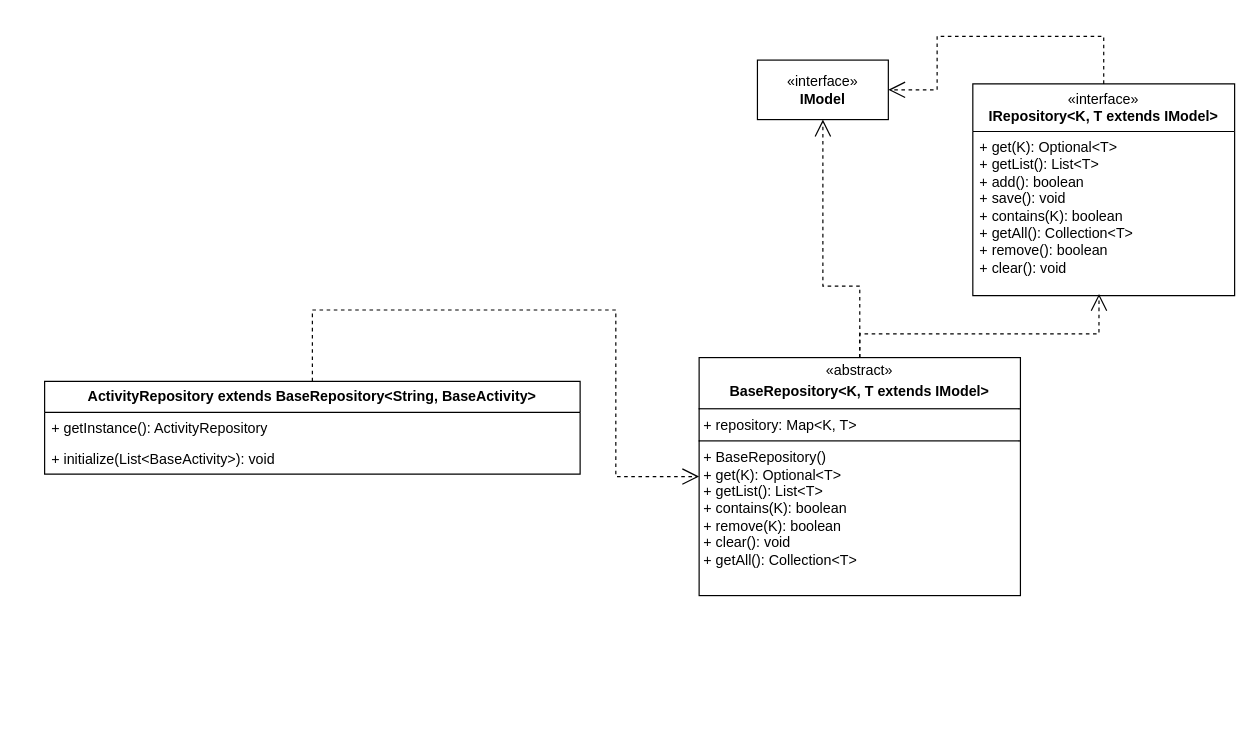
This is Unavngivet diagram.drawio from bondegaard/draw.io, a draw.io file, before an edit. Source tidied: cells renumbered, new cells numbered last; positions are measured from the earlier drawing's top-left corner, leaving out a move shared by most shapes. Both pictures are drawn from the tidied source at 119%, with x=0, y=0 at pixel (44, 36).
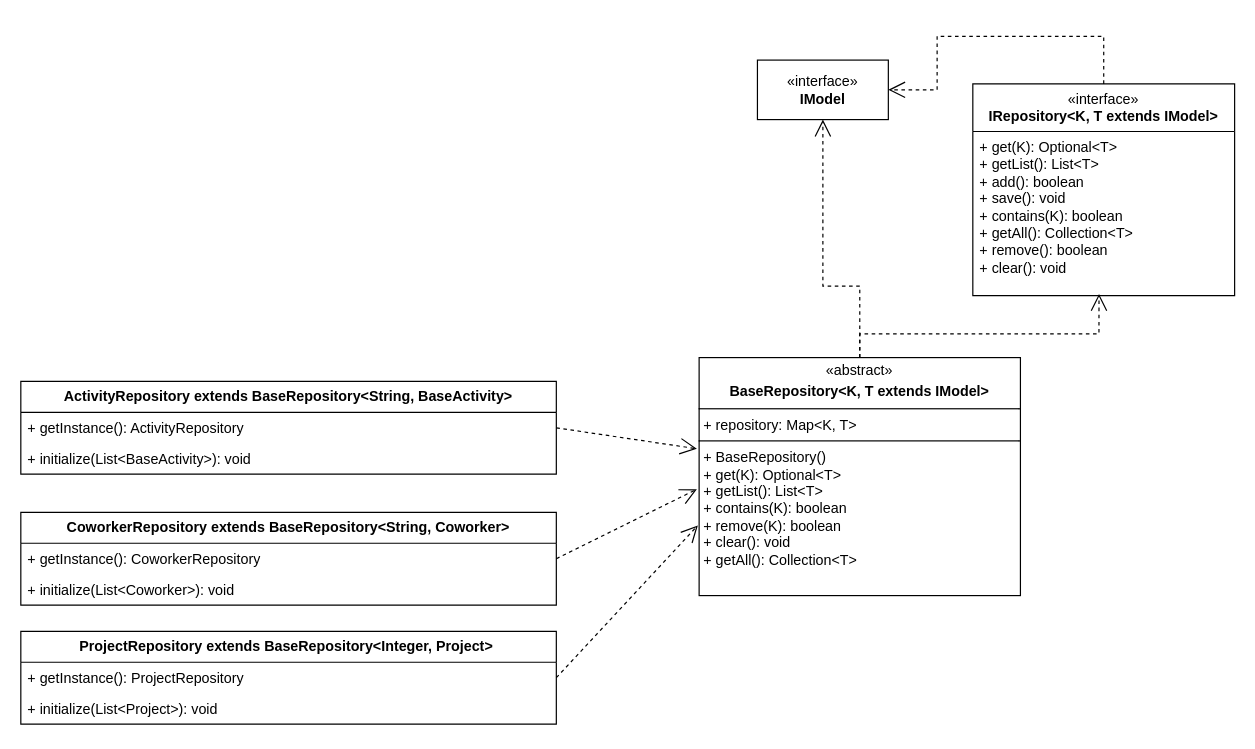
Above is the later version.

Unchanged cells that the change refers to:
```xml
<mxCell id="6" value="&lt;p style=&quot;margin:0px;margin-top:4px;text-align:center;&quot;&gt;«abstract»&lt;/p&gt;&lt;p style=&quot;margin:0px;margin-top:4px;text-align:center;&quot;&gt;&lt;b&gt;BaseRepository&lt;/b&gt;&lt;span style=&quot;background-color: transparent; text-align: left;&quot;&gt;&lt;b&gt;&amp;lt;K, T extends IModel&amp;gt;&lt;/b&gt;&lt;/span&gt;&lt;/p&gt;&lt;hr size=&quot;1&quot; style=&quot;border-style:solid;&quot;&gt;&lt;p style=&quot;margin:0px;margin-left:4px;&quot;&gt;+ repository: Map&amp;lt;K, T&amp;gt;&amp;nbsp;&amp;nbsp;&lt;/p&gt;&lt;hr size=&quot;1&quot; style=&quot;border-style:solid;&quot;&gt;&lt;p style=&quot;margin:0px;margin-left:4px;&quot;&gt;+&amp;nbsp;&lt;span style=&quot;background-color: transparent;&quot;&gt;BaseRepository()&amp;nbsp; &amp;nbsp; &amp;nbsp; &amp;nbsp; &amp;nbsp; &amp;nbsp; &amp;nbsp; &amp;nbsp; &amp;nbsp; &amp;nbsp; &amp;nbsp; &amp;nbsp; &amp;nbsp; &amp;nbsp; &amp;nbsp; &amp;nbsp; &amp;nbsp; &amp;nbsp; &amp;nbsp; &amp;nbsp; &amp;nbsp;&amp;nbsp;&lt;/span&gt;&lt;/p&gt;&lt;p style=&quot;margin:0px;margin-left:4px;&quot;&gt;+ get(K): Optional&amp;lt;T&amp;gt;&amp;nbsp; &amp;nbsp; &amp;nbsp; &amp;nbsp; &amp;nbsp; &amp;nbsp; &amp;nbsp; &amp;nbsp; &amp;nbsp; &amp;nbsp; &amp;nbsp; &amp;nbsp; &amp;nbsp; &amp;nbsp; &amp;nbsp; &amp;nbsp; &amp;nbsp; &amp;nbsp; &amp;nbsp; &amp;nbsp;&lt;/p&gt;&lt;p style=&quot;margin:0px;margin-left:4px;&quot;&gt;+ getList(): List&amp;lt;T&amp;gt;&amp;nbsp; &amp;nbsp; &amp;nbsp; &amp;nbsp; &amp;nbsp; &amp;nbsp; &amp;nbsp; &amp;nbsp; &amp;nbsp; &amp;nbsp; &amp;nbsp; &amp;nbsp; &amp;nbsp; &amp;nbsp; &amp;nbsp; &amp;nbsp; &amp;nbsp; &amp;nbsp; &amp;nbsp; &amp;nbsp;&amp;nbsp;&lt;/p&gt;&lt;p style=&quot;margin:0px;margin-left:4px;&quot;&gt;+ contains(K): boolean&amp;nbsp; &amp;nbsp; &amp;nbsp; &amp;nbsp; &amp;nbsp; &amp;nbsp; &amp;nbsp; &amp;nbsp; &amp;nbsp; &amp;nbsp; &amp;nbsp; &amp;nbsp; &amp;nbsp; &amp;nbsp; &amp;nbsp; &amp;nbsp; &amp;nbsp; &amp;nbsp; &amp;nbsp;&amp;nbsp;&lt;/p&gt;&lt;p style=&quot;margin:0px;margin-left:4px;&quot;&gt;+ remove(K): boolean&amp;nbsp; &amp;nbsp; &amp;nbsp; &amp;nbsp; &amp;nbsp; &amp;nbsp; &amp;nbsp; &amp;nbsp; &amp;nbsp; &amp;nbsp; &amp;nbsp; &amp;nbsp; &amp;nbsp; &amp;nbsp; &amp;nbsp; &amp;nbsp; &amp;nbsp; &amp;nbsp; &amp;nbsp; &amp;nbsp;&amp;nbsp;&lt;/p&gt;&lt;p style=&quot;margin:0px;margin-left:4px;&quot;&gt;+ clear(): void&amp;nbsp; &amp;nbsp; &amp;nbsp; &amp;nbsp; &amp;nbsp; &amp;nbsp; &amp;nbsp; &amp;nbsp; &amp;nbsp; &amp;nbsp; &amp;nbsp; &amp;nbsp; &amp;nbsp; &amp;nbsp; &amp;nbsp; &amp;nbsp; &amp;nbsp; &amp;nbsp; &amp;nbsp; &amp;nbsp; &amp;nbsp; &amp;nbsp;&amp;nbsp;&lt;/p&gt;&lt;p style=&quot;margin:0px;margin-left:4px;&quot;&gt;+ getAll(): Collection&amp;lt;T&amp;gt;&amp;nbsp;&amp;nbsp;&lt;/p&gt;" style="verticalAlign=top;align=left;overflow=fill;html=1;whiteSpace=wrap;" parent="1" vertex="1">
  <mxGeometry x="550" y="270" width="270" height="200" as="geometry" />
</mxCell>
<mxCell id="10" value="+&amp;nbsp;getInstance(): ActivityRepository" style="text;strokeColor=none;fillColor=none;align=left;verticalAlign=top;spacingLeft=4;spacingRight=4;overflow=hidden;points=[[0,0.5],[1,0.5]];portConstraint=eastwest;whiteSpace=wrap;html=1;" parent="9" vertex="1">
  <mxGeometry y="26" width="450" height="26" as="geometry" />
</mxCell>
```

Change to the diagram source:
```diff
@@
     <mxCell id="9" value="&lt;b&gt;ActivityRepository extends BaseRepository&amp;lt;String, BaseActivity&amp;gt;&lt;/b&gt;" style="swimlane;fontStyle=0;horizontal=1;startSize=26;fillColor=none;whiteSpace=wrap;html=1;" parent="1" vertex="1">
-      <mxGeometry y="290" width="450" height="78" as="geometry" />
+      <mxGeometry x="-20" y="290" width="450" height="78" as="geometry" />
     </mxCell>
@@
-    <mxCell id="12" style="endArrow=open;endSize=12;dashed=1;html=1;rounded=0;exitX=0.5;exitY=0;exitDx=0;exitDy=0;entryX=0;entryY=0.5;entryDx=0;entryDy=0;" parent="1" edge="1" source="9" target="6">
-      <mxGeometry relative="1" as="geometry">
-        <Array as="points">
-          <mxPoint x="225" y="230" />
-          <mxPoint x="480" y="230" />
-          <mxPoint x="480" y="370" />
-        </Array>
-      </mxGeometry>
-    </mxCell>
+    <mxCell id="13" value="&lt;b&gt;CoworkerRepository extends BaseRepository&amp;lt;String, Coworker&amp;gt;&lt;/b&gt;" style="swimlane;fontStyle=0;horizontal=1;startSize=26;fillColor=none;whiteSpace=wrap;html=1;" parent="1" vertex="1">
+      <mxGeometry x="-20" y="400" width="450" height="78" as="geometry" />
+    </mxCell>
+    <mxCell id="14" value="+&amp;nbsp;getInstance(): CoworkerRepository" style="text;strokeColor=none;fillColor=none;align=left;verticalAlign=top;spacingLeft=4;spacingRight=4;overflow=hidden;points=[[0,0.5],[1,0.5]];portConstraint=eastwest;whiteSpace=wrap;html=1;" parent="13" vertex="1">
+      <mxGeometry y="26" width="450" height="26" as="geometry" />
+    </mxCell>
+    <mxCell id="15" value="+ initialize(List&amp;lt;Coworker&amp;gt;): void" style="text;strokeColor=none;fillColor=none;align=left;verticalAlign=top;spacingLeft=4;spacingRight=4;overflow=hidden;whiteSpace=wrap;html=1;" parent="13" vertex="1">
+      <mxGeometry y="52" width="450" height="26" as="geometry" />
+    </mxCell>
+    <mxCell id="16" value="&lt;b&gt;ProjectRepository extends BaseRepository&amp;lt;Integer, Project&amp;gt;&amp;nbsp;&lt;/b&gt;" style="swimlane;fontStyle=0;horizontal=1;startSize=26;fillColor=none;whiteSpace=wrap;html=1;" parent="1" vertex="1">
+      <mxGeometry x="-20" y="500" width="450" height="78" as="geometry" />
+    </mxCell>
+    <mxCell id="17" value="+&amp;nbsp;getInstance(): ProjectRepository" style="text;strokeColor=none;fillColor=none;align=left;verticalAlign=top;spacingLeft=4;spacingRight=4;overflow=hidden;points=[[0,0.5],[1,0.5]];portConstraint=eastwest;whiteSpace=wrap;html=1;" parent="16" vertex="1">
+      <mxGeometry y="26" width="450" height="26" as="geometry" />
+    </mxCell>
+    <mxCell id="18" value="+ initialize(List&amp;lt;Project&amp;gt;): void" style="text;strokeColor=none;fillColor=none;align=left;verticalAlign=top;spacingLeft=4;spacingRight=4;overflow=hidden;whiteSpace=wrap;html=1;" parent="16" vertex="1">
+      <mxGeometry y="52" width="450" height="26" as="geometry" />
+    </mxCell>
+    <mxCell id="19" style="endArrow=open;endSize=12;dashed=1;html=1;rounded=0;exitX=1;exitY=0.5;exitDx=0;exitDy=0;entryX=-0.007;entryY=0.383;entryDx=0;entryDy=0;entryPerimeter=0;" parent="1" edge="1" source="10" target="6">
+      <mxGeometry relative="1" as="geometry" />
+    </mxCell>
+    <mxCell id="20" style="endArrow=open;endSize=12;dashed=1;html=1;rounded=0;exitX=1;exitY=0.5;exitDx=0;exitDy=0;entryX=-0.007;entryY=0.553;entryDx=0;entryDy=0;entryPerimeter=0;" parent="1" edge="1" source="14" target="6">
+      <mxGeometry relative="1" as="geometry" />
+    </mxCell>
+    <mxCell id="21" style="endArrow=open;endSize=12;dashed=1;html=1;rounded=0;exitX=1;exitY=0.5;exitDx=0;exitDy=0;entryX=-0.004;entryY=0.705;entryDx=0;entryDy=0;entryPerimeter=0;" parent="1" edge="1" source="17" target="6">
+      <mxGeometry relative="1" as="geometry" />
+    </mxCell>
```
